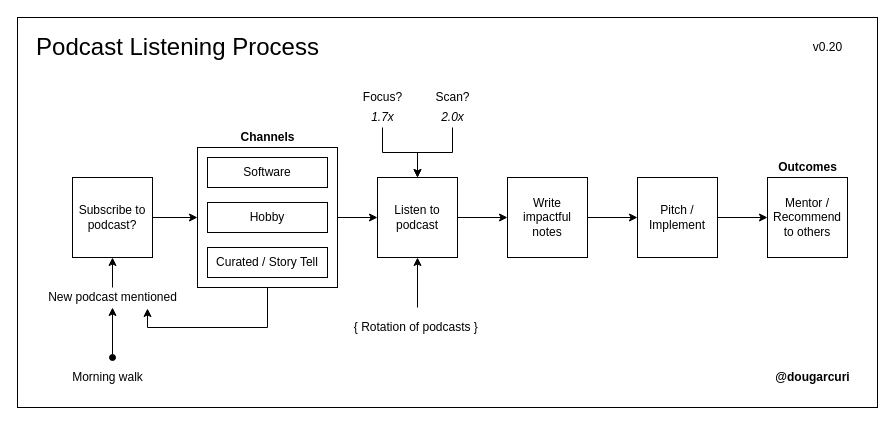
The draw.io diagram mentoring/diagrams/podcast-listening-process.drawio in solidi/learning-notes, before the edit. Source tidied: cells renumbered, new cells numbered last; positions are measured from the earlier drawing's top-left corner, leaving out a move shared by most shapes. Both pictures are drawn from the tidied source at 100%, with x=0, y=0 at pixel (17, 17).
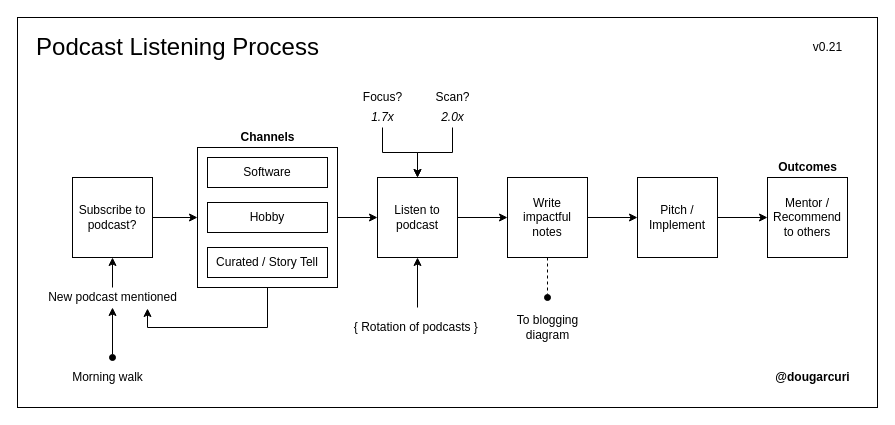
Above is the later version.

Commit message (it also covers changes not shown here):
Add dotted line to blogging process diagram

Unchanged cells that the change refers to:
```xml
<mxCell id="14" value="Write impactful notes" style="whiteSpace=wrap;html=1;" parent="1" vertex="1">
  <mxGeometry x="490" y="160" width="80" height="80" as="geometry" />
</mxCell>
```

What changed in the source:
```diff
@@
-    <mxCell id="7" value="v0.20" style="text;html=1;align=center;verticalAlign=middle;" parent="1" vertex="1">
+    <mxCell id="7" value="v0.21" style="text;html=1;align=center;verticalAlign=middle;" parent="1" vertex="1">
       <mxGeometry x="790" y="20" width="40" height="20" as="geometry" />
     </mxCell>
@@
+    <mxCell id="35" style="rounded=0;jettySize=auto;html=1;exitX=0.5;exitY=1;exitDx=0;exitDy=0;endArrow=oval;endFill=1;dashed=1;" parent="1" edge="1" source="14">
+      <mxGeometry relative="1" as="geometry">
+        <mxPoint x="530" y="280" as="targetPoint" />
+      </mxGeometry>
+    </mxCell>
@@
+    <mxCell id="36" value="To blogging&lt;br&gt;diagram" style="text;html=1;align=center;verticalAlign=middle;" parent="1" vertex="1">
+      <mxGeometry x="490" y="295" width="80" height="30" as="geometry" />
+    </mxCell>
```
